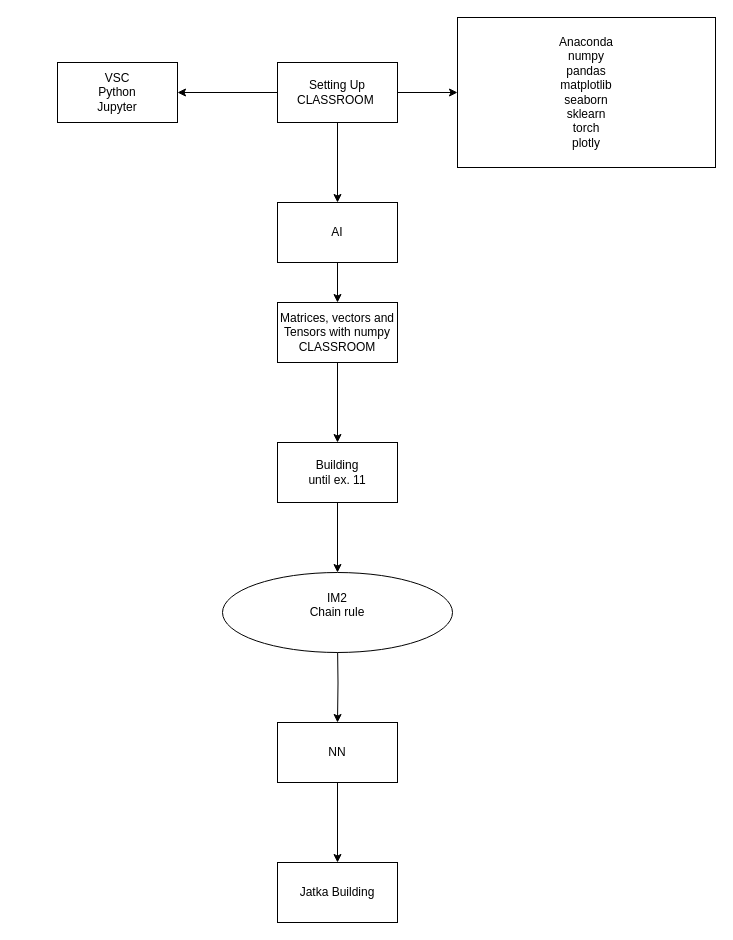
This is Workflow.drawio from henrylahteenmaki/draw.io, a draw.io file, before an edit. Source tidied: cells renumbered, new cells numbered last; positions are measured from the earlier drawing's top-left corner, leaving out a move shared by most shapes. Both pictures are drawn from the tidied source at 100%, with x=0, y=0 at pixel (57, 17).
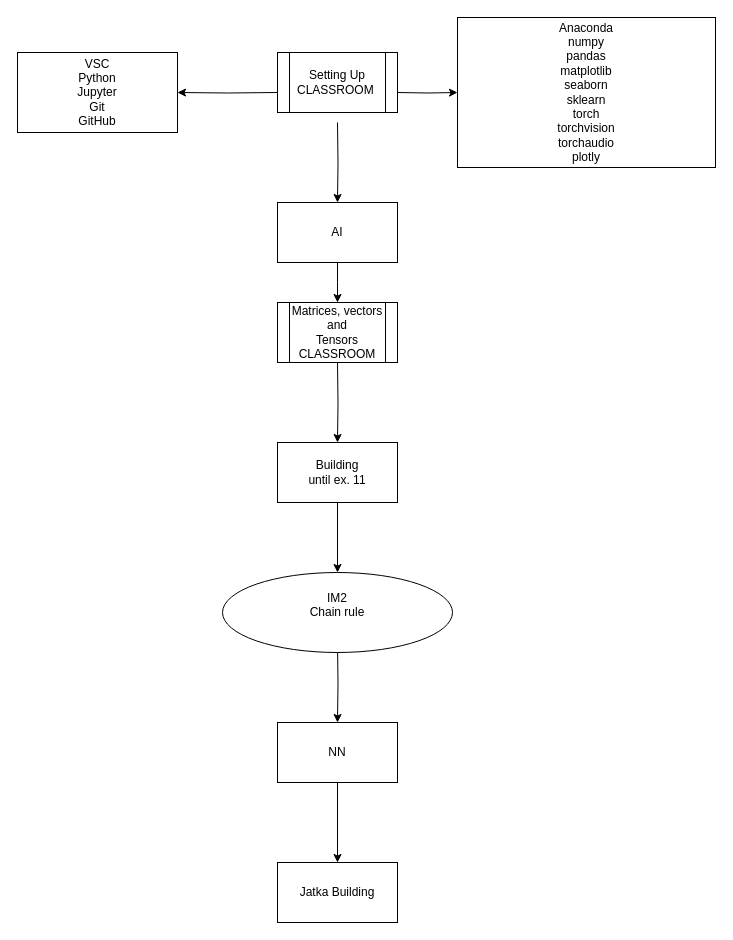
The same page after the edit.

Unchanged cells that the change refers to:
```xml
<mxCell id="3" value="AI" style="rounded=0;whiteSpace=wrap;html=1;" parent="1" vertex="1">
  <mxGeometry x="220" y="185" width="120" height="60" as="geometry" />
</mxCell>
<mxCell id="7" value="Building&lt;div&gt;until ex. 11&lt;/div&gt;" style="whiteSpace=wrap;html=1;rounded=0;" parent="1" vertex="1">
  <mxGeometry x="220" y="425" width="120" height="60" as="geometry" />
</mxCell>
```

What changed in the source:
```diff
@@
-    <mxCell id="2" style="edgeStyle=orthogonalEdgeStyle;rounded=0;jettySize=auto;html=1;" parent="1" edge="1" source="3" target="5">
-      <mxGeometry relative="1" as="geometry" />
+    <mxCell id="2" style="edgeStyle=orthogonalEdgeStyle;rounded=0;jettySize=auto;html=1;" parent="1" edge="1" source="3">
+      <mxGeometry relative="1" as="geometry">
+        <mxPoint x="280" y="285" as="targetPoint" />
+      </mxGeometry>
     </mxCell>
@@
-    <mxCell id="4" style="edgeStyle=orthogonalEdgeStyle;rounded=0;jettySize=auto;html=1;" parent="1" edge="1" source="5" target="7">
-      <mxGeometry relative="1" as="geometry" />
+    <mxCell id="4" style="edgeStyle=orthogonalEdgeStyle;rounded=0;jettySize=auto;html=1;" parent="1" edge="1" target="7">
+      <mxGeometry relative="1" as="geometry">
+        <mxPoint x="280" y="345" as="sourcePoint" />
+      </mxGeometry>
     </mxCell>
-    <mxCell id="5" value="Matrices, vectors and&lt;div&gt;Tensors with numpy&lt;div&gt;CLASSROOM&lt;br&gt;&lt;/div&gt;&lt;/div&gt;" style="whiteSpace=wrap;html=1;rounded=0;" parent="1" vertex="1">
-      <mxGeometry x="220" y="285" width="120" height="60" as="geometry" />
-    </mxCell>
@@
-    <mxCell id="9" style="edgeStyle=orthogonalEdgeStyle;rounded=0;jettySize=auto;html=1;" parent="1" edge="1" source="12" target="3">
-      <mxGeometry relative="1" as="geometry" />
+    <mxCell id="9" style="edgeStyle=orthogonalEdgeStyle;rounded=0;jettySize=auto;html=1;" parent="1" edge="1" target="3">
+      <mxGeometry relative="1" as="geometry">
+        <mxPoint x="280" y="105" as="sourcePoint" />
+      </mxGeometry>
     </mxCell>
-    <mxCell id="10" style="edgeStyle=orthogonalEdgeStyle;rounded=0;jettySize=auto;html=1;" parent="1" edge="1" source="12" target="16">
-      <mxGeometry relative="1" as="geometry" />
+    <mxCell id="10" style="edgeStyle=orthogonalEdgeStyle;rounded=0;jettySize=auto;html=1;" parent="1" edge="1" target="16">
+      <mxGeometry relative="1" as="geometry">
+        <mxPoint x="340" y="75" as="sourcePoint" />
+      </mxGeometry>
     </mxCell>
-    <mxCell id="11" style="edgeStyle=orthogonalEdgeStyle;rounded=0;jettySize=auto;html=1;" parent="1" edge="1" source="12" target="17">
-      <mxGeometry relative="1" as="geometry" />
+    <mxCell id="11" style="edgeStyle=orthogonalEdgeStyle;rounded=0;jettySize=auto;html=1;" parent="1" edge="1" target="17">
+      <mxGeometry relative="1" as="geometry">
+        <mxPoint x="220" y="75" as="sourcePoint" />
+      </mxGeometry>
     </mxCell>
-    <mxCell id="12" value="Setting Up&lt;div&gt;CLASSROOM&amp;nbsp;&lt;/div&gt;" style="rounded=0;whiteSpace=wrap;html=1;" parent="1" vertex="1">
-      <mxGeometry x="220" y="45" width="120" height="60" as="geometry" />
-    </mxCell>
@@
-    <mxCell id="16" value="&lt;div&gt;&lt;div&gt;Anaconda&lt;/div&gt;numpy&lt;div&gt;pandas&lt;/div&gt;&lt;div&gt;matplotlib&lt;br&gt;&lt;/div&gt;&lt;div&gt;seaborn&lt;/div&gt;&lt;div&gt;sklearn&lt;/div&gt;&lt;div&gt;torch&lt;/div&gt;&lt;div&gt;plotly&lt;/div&gt;&lt;/div&gt;" style="rounded=0;whiteSpace=wrap;html=1;" parent="1" vertex="1">
+    <mxCell id="16" value="&lt;div&gt;&lt;div&gt;Anaconda&lt;/div&gt;numpy&lt;div&gt;pandas&lt;/div&gt;&lt;div&gt;matplotlib&lt;br&gt;&lt;/div&gt;&lt;div&gt;seaborn&lt;/div&gt;&lt;div&gt;sklearn&lt;/div&gt;&lt;div&gt;torch&lt;/div&gt;&lt;div&gt;torchvision&lt;br&gt;&lt;/div&gt;&lt;div&gt;torchaudio&lt;br&gt;&lt;/div&gt;&lt;div&gt;plotly&lt;/div&gt;&lt;/div&gt;" style="rounded=0;whiteSpace=wrap;html=1;" parent="1" vertex="1">
       <mxGeometry x="400" width="258" height="150" as="geometry" />
     </mxCell>
-    <mxCell id="17" value="VSC&lt;div&gt;Python&lt;/div&gt;&lt;div&gt;Jupyter&lt;/div&gt;" style="rounded=0;whiteSpace=wrap;html=1;" parent="1" vertex="1">
-      <mxGeometry y="45" width="120" height="60" as="geometry" />
+    <mxCell id="17" value="VSC&lt;div&gt;Python&lt;/div&gt;&lt;div&gt;Jupyter&lt;/div&gt;&lt;div&gt;Git&lt;/div&gt;&lt;div&gt;GitHub&lt;/div&gt;" style="rounded=0;whiteSpace=wrap;html=1;" parent="1" vertex="1">
+      <mxGeometry x="-40" y="35" width="160" height="80" as="geometry" />
     </mxCell>
@@
+    <mxCell id="12" value="Setting Up&lt;div&gt;CLASSROOM&amp;nbsp;&lt;/div&gt;" style="shape=process;whiteSpace=wrap;html=1;backgroundOutline=1;" parent="1" vertex="1">
+      <mxGeometry x="220" y="35" width="120" height="60" as="geometry" />
+    </mxCell>
+    <mxCell id="19" value="Matrices, vectors and&lt;div&gt;Tensors&lt;div&gt;CLASSROOM&lt;/div&gt;&lt;/div&gt;" style="shape=process;whiteSpace=wrap;html=1;backgroundOutline=1;" parent="1" vertex="1">
+      <mxGeometry x="220" y="285" width="120" height="60" as="geometry" />
+    </mxCell>
```
